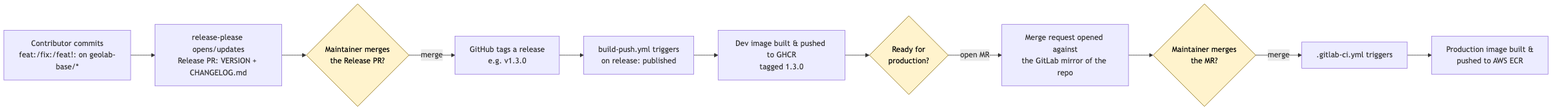
Above: docs/images/release-pipeline.png in sparafina-earthscope/Geolab-release-process (Mermaid), before the change. Its source is kept beside it as docs/images/release-pipeline.mmd.
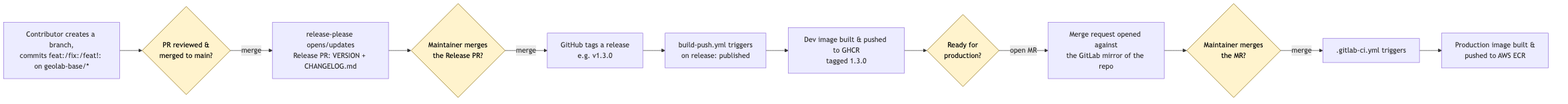
Later version of the same file.

What changed in the source:
```diff
@@ -1,5 +1,6 @@
 flowchart LR
-    A["Contributor commits\nfeat:/fix:/feat!: on geolab-base/*"] --> B["release-please opens/updates\nRelease PR: VERSION + CHANGELOG.md"]
+    A["Contributor creates a branch,\ncommits feat:/fix:/feat!: on geolab-base/*"] --> A2{"PR reviewed &\nmerged to main?"}
+    A2 -- merge --> B["release-please opens/updates\nRelease PR: VERSION + CHANGELOG.md"]
     B --> C{"Maintainer merges\nthe Release PR?"}
     C -- merge --> D["GitHub tags a release\ne.g. v1.3.0"]
     D --> E["build-push.yml triggers\non release: published"]
@@ -10,6 +11,7 @@
     I -- merge --> J[".gitlab-ci.yml triggers"]
     J --> K["Production image built &\npushed to AWS ECR"]
 
+    style A2 fill:#fff3cd,stroke:#856404,color:#000
     style C fill:#fff3cd,stroke:#856404,color:#000
     style G fill:#fff3cd,stroke:#856404,color:#000
     style I fill:#fff3cd,stroke:#856404,color:#000
```
